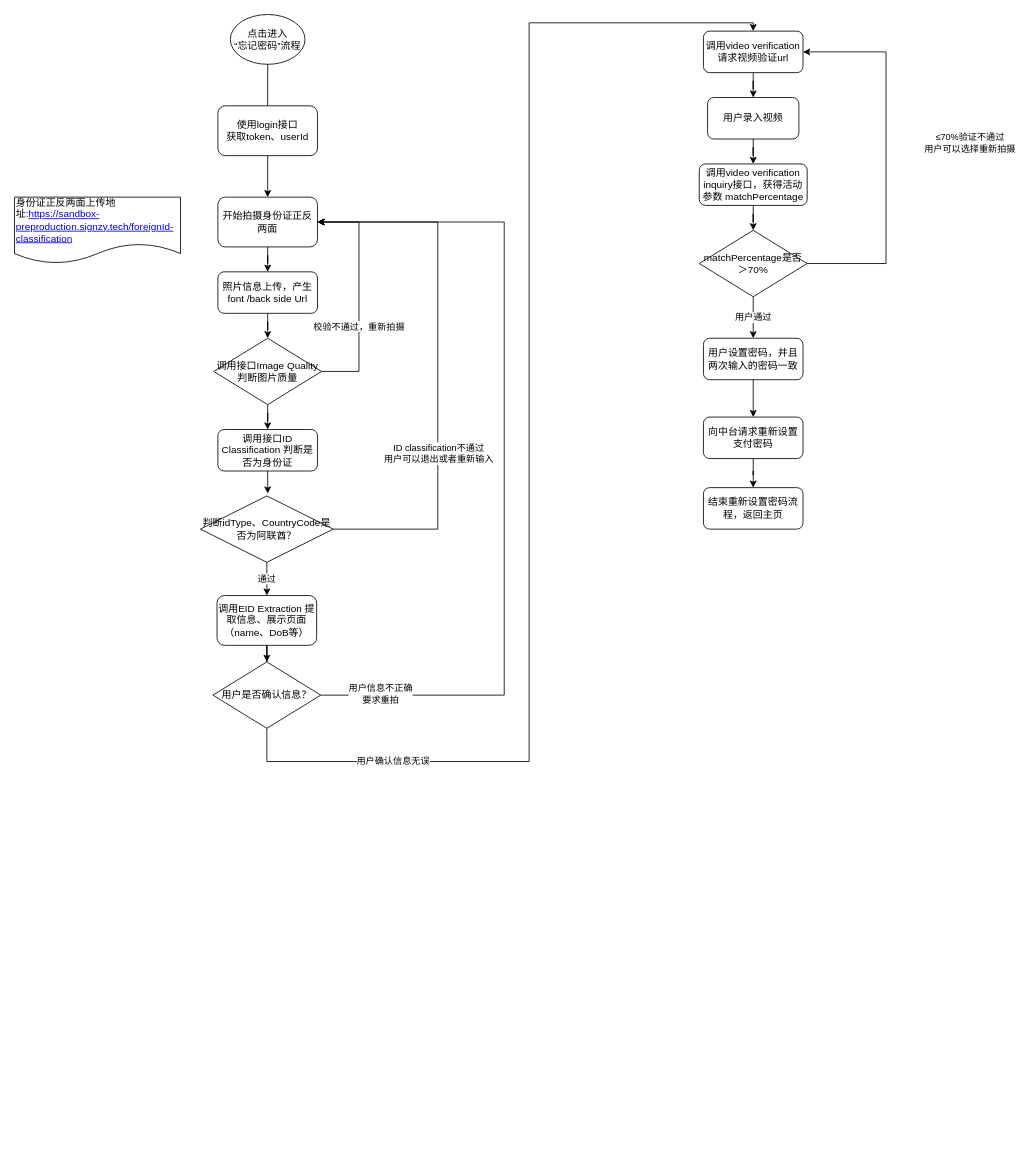
MarkYongfengZheng/WFT keeps this draw.io diagram as UAE 忘记密码.drawio. Above is the earlier version. Source tidied: cells renumbered, new cells numbered last; positions are measured from the earlier drawing's top-left corner, leaving out a move shared by most shapes. Both pictures are drawn from the tidied source at 83%, with x=0, y=0 at pixel (14, 14).
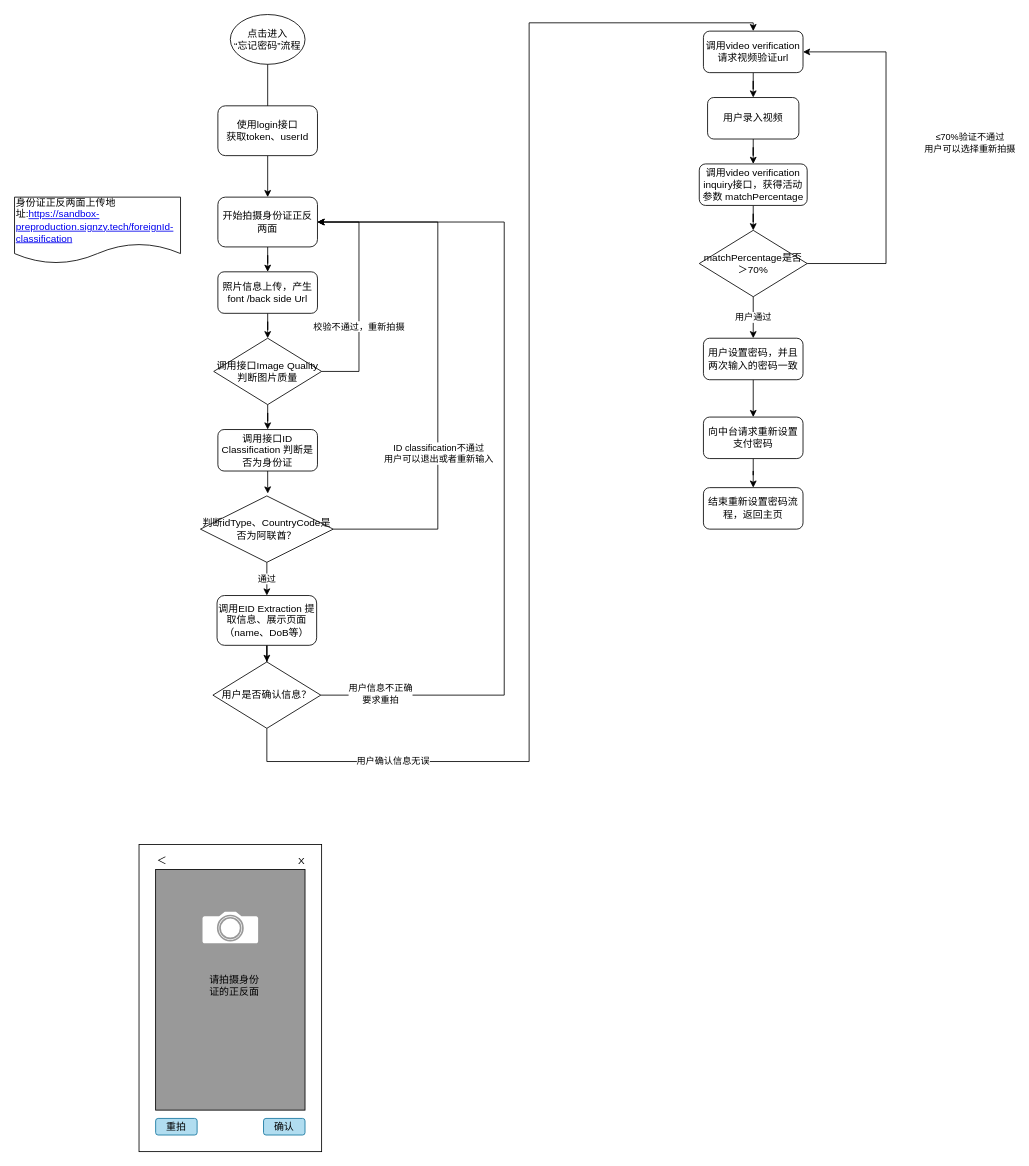
The same diagram, later.

Change to the diagram source:
```diff
@@
+    <mxCell id="43" style="rounded=0;whiteSpace=wrap;html=1;" parent="1" vertex="1">
+      <mxGeometry x="150" y="1000" width="220" height="370" as="geometry" />
+    </mxCell>
+    <mxCell id="44" style="rounded=0;whiteSpace=wrap;html=1;fillColor=#999999;" parent="1" vertex="1">
+      <mxGeometry x="170" y="1030" width="180" height="290" as="geometry" />
+    </mxCell>
+    <mxCell id="45" value="＜" style="text;html=1;strokeColor=none;fillColor=none;align=left;verticalAlign=middle;whiteSpace=wrap;rounded=0;" parent="1" vertex="1">
+      <mxGeometry x="170" y="1010" width="40" height="20" as="geometry" />
+    </mxCell>
+    <mxCell id="46" value="X" style="text;html=1;strokeColor=none;fillColor=none;align=left;verticalAlign=middle;whiteSpace=wrap;rounded=0;" parent="1" vertex="1">
+      <mxGeometry x="340" y="1010" width="40" height="20" as="geometry" />
+    </mxCell>
+    <mxCell id="47" value="重拍" style="rounded=1;whiteSpace=wrap;html=1;fillColor=#b1ddf0;strokeColor=#10739e;" parent="1" vertex="1">
+      <mxGeometry x="170" y="1330" width="50" height="20" as="geometry" />
+    </mxCell>
+    <mxCell id="48" value="确认" style="rounded=1;whiteSpace=wrap;html=1;fillColor=#b1ddf0;strokeColor=#10739e;" parent="1" vertex="1">
+      <mxGeometry x="300" y="1330" width="50" height="20" as="geometry" />
+    </mxCell>
+    <mxCell id="49" style="html=1;verticalLabelPosition=bottom;align=center;labelBackgroundColor=#ffffff;verticalAlign=top;strokeWidth=2;shadow=0;dashed=0;shape=mxgraph.ios7.icons.camera;fillColor=#FFFFFF;strokeColor=#999999;" parent="1" vertex="1">
+      <mxGeometry x="225.5" y="1080" width="69" height="40" as="geometry" />
+    </mxCell>
+    <mxCell id="50" value="请拍摄身份证的正反面" style="text;html=1;strokeColor=none;fillColor=none;align=center;verticalAlign=middle;whiteSpace=wrap;rounded=0;" parent="1" vertex="1">
+      <mxGeometry x="230" y="1160" width="70" height="20" as="geometry" />
+    </mxCell>
```
